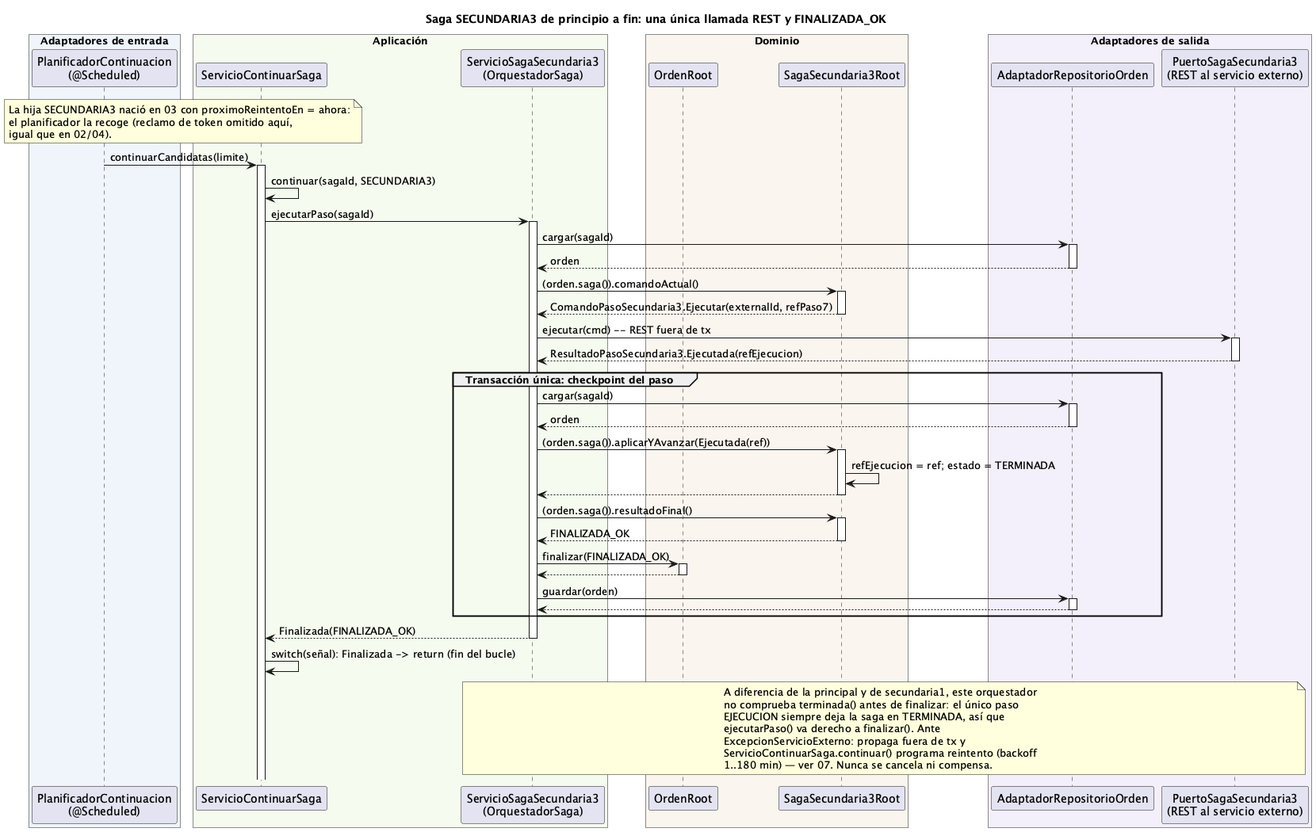
Before: order-manager/docs/06-saga-secundaria3.png, a diagram exported from PlantUML (ralcazar/patrones).
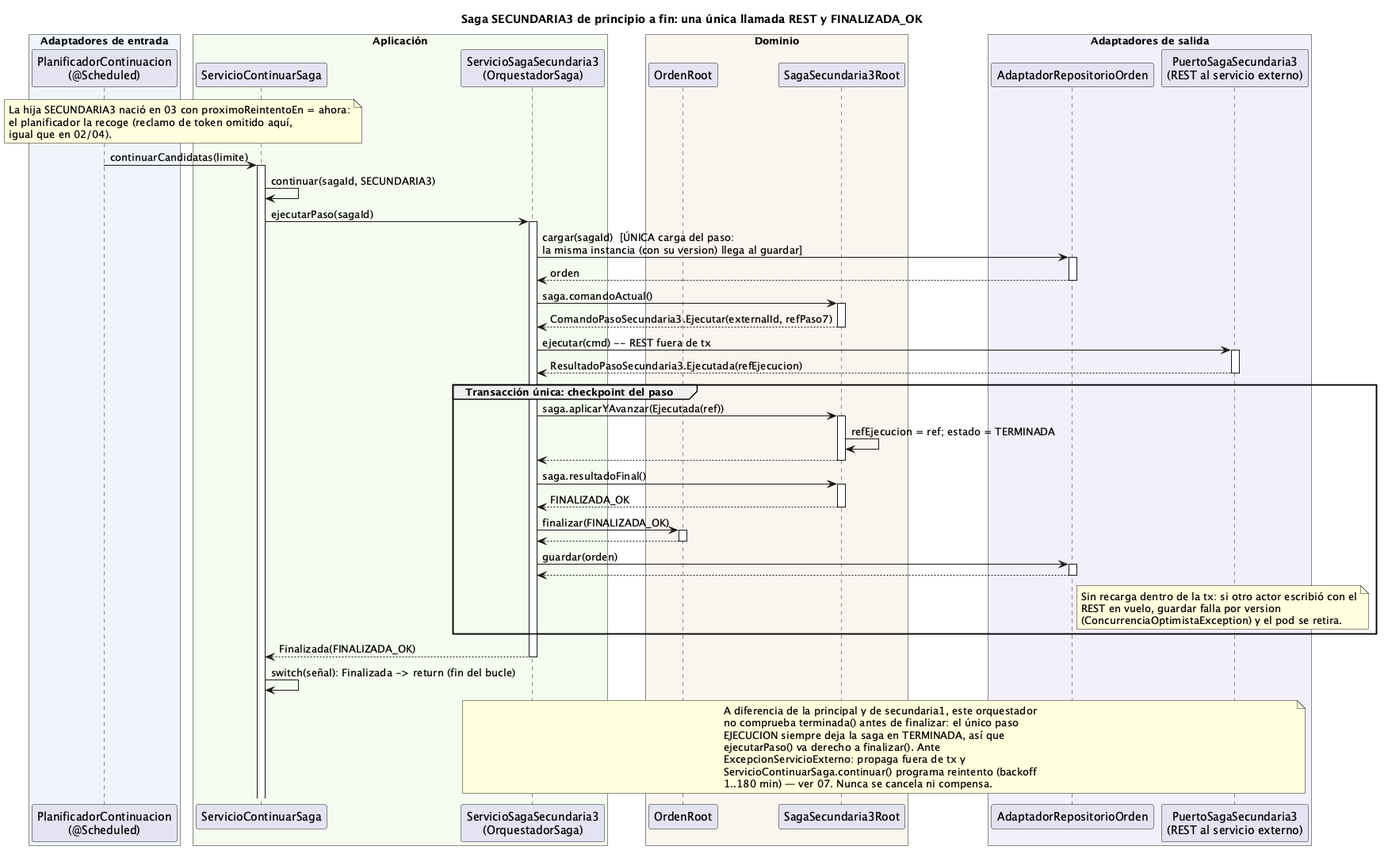
The same file after the commit.

The edit, as a diff of the source:
```diff
@@ -26,24 +26,27 @@
 PLAN -> CONT ++ : continuarCandidatas(limite)
 CONT -> CONT : continuar(sagaId, SECUNDARIA3)
 CONT -> ORQ ++ : ejecutarPaso(sagaId)
-ORQ -> REPO ++ : cargar(sagaId)
+ORQ -> REPO ++ : cargar(sagaId)  [ÚNICA carga del paso:\nla misma instancia (con su version) llega al guardar]
 return orden
-ORQ -> SAGA ++ : (orden.saga()).comandoActual()
+ORQ -> SAGA ++ : saga.comandoActual()
 return ComandoPasoSecundaria3.Ejecutar(externalId, refPaso7)
 ORQ -> PSIM ++ : ejecutar(cmd) -- REST fuera de tx
 return ResultadoPasoSecundaria3.Ejecutada(refEjecucion)
 group Transacción única: checkpoint del paso
-  ORQ -> REPO ++ : cargar(sagaId)
-  return orden
-  ORQ -> SAGA ++ : (orden.saga()).aplicarYAvanzar(Ejecutada(ref))
+  ORQ -> SAGA ++ : saga.aplicarYAvanzar(Ejecutada(ref))
   SAGA -> SAGA : refEjecucion = ref; estado = TERMINADA
   return
-  ORQ -> SAGA ++ : (orden.saga()).resultadoFinal()
+  ORQ -> SAGA ++ : saga.resultadoFinal()
   return FINALIZADA_OK
   ORQ -> ORDEN ++ : finalizar(FINALIZADA_OK)
   return
   ORQ -> REPO ++ : guardar(orden)
   return
+  note right of REPO
+    Sin recarga dentro de la tx: si otro actor escribió con el
+    REST en vuelo, guardar falla por version
+    (ConcurrenciaOptimistaException) y el pod se retira.
+  end note
 end
 return Finalizada(FINALIZADA_OK)
 CONT -> CONT : switch(señal): Finalizada -> return (fin del bucle)
```
